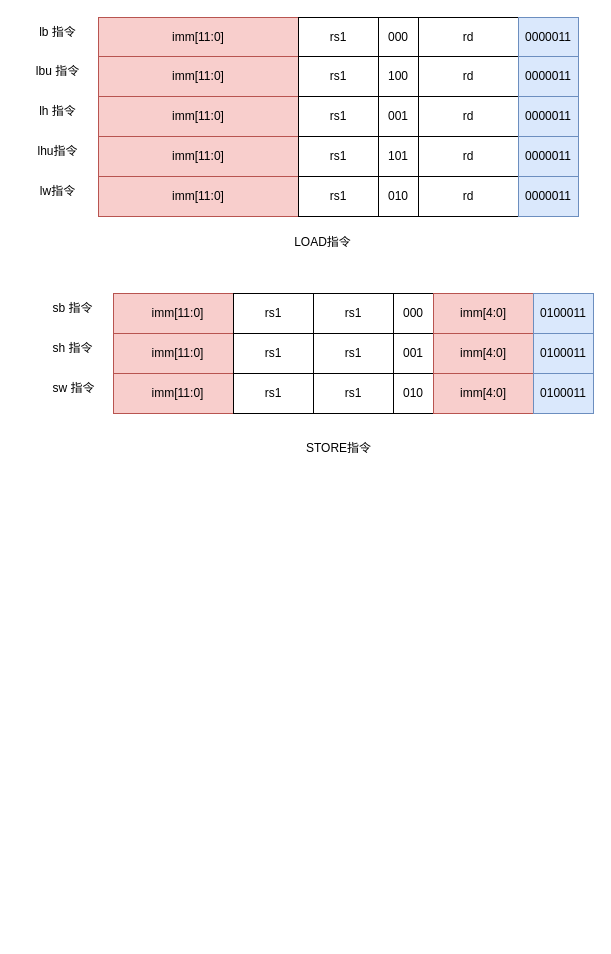
This is RV32I Load 与 Store.drawio from Vinson-001/Blog-flow-chart, a draw.io file, before an edit. Source tidied: cells renumbered, new cells numbered last; positions are measured from the earlier drawing's top-left corner, leaving out a move shared by most shapes. Both pictures are drawn from the tidied source at 100%, with x=0, y=0 at pixel (22, 17).
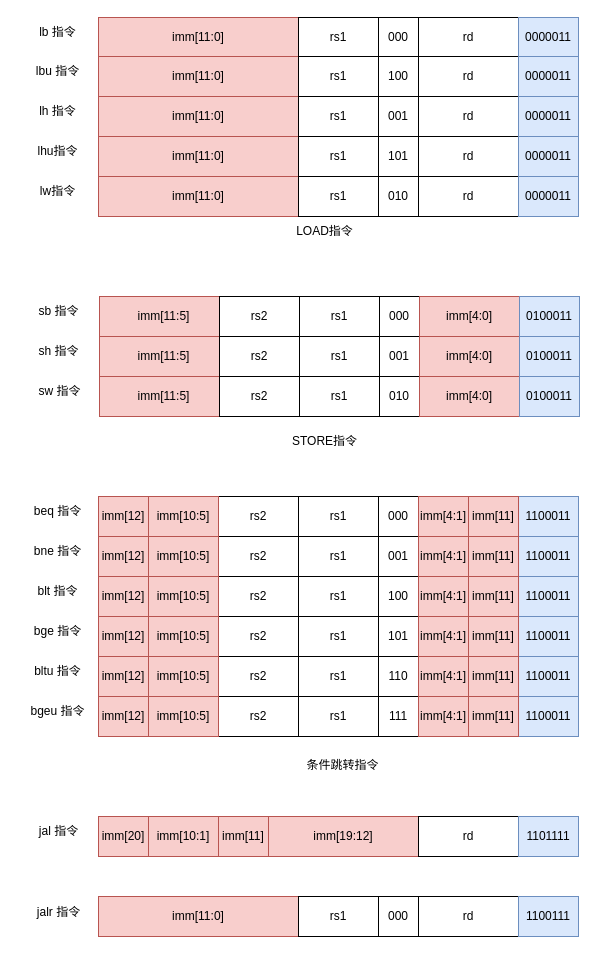
The same page after the edit.

Diff of the diagram source:
```diff
@@
     <mxCell id="37" value="LOAD指令" style="text;html=1;align=center;verticalAlign=middle;strokeColor=none;fillColor=none;" parent="1" vertex="1">
-      <mxGeometry x="260" y="210" width="80" height="30" as="geometry" />
+      <mxGeometry x="262" y="199" width="80" height="30" as="geometry" />
     </mxCell>
     <mxCell id="38" value="sb 指令" style="text;html=1;align=center;verticalAlign=middle;strokeColor=none;fillColor=none;" parent="1" vertex="1">
-      <mxGeometry x="20" y="276" width="60" height="30" as="geometry" />
+      <mxGeometry x="6" y="279" width="60" height="30" as="geometry" />
     </mxCell>
     <mxCell id="39" value="STORE指令" style="text;html=1;align=center;verticalAlign=middle;strokeColor=none;fillColor=none;" parent="1" vertex="1">
-      <mxGeometry x="271" y="416" width="90" height="30" as="geometry" />
+      <mxGeometry x="257" y="409" width="90" height="30" as="geometry" />
     </mxCell>
     <mxCell id="40" style="group;" parent="1" vertex="1">
-      <mxGeometry x="91" y="276" width="480" height="40" as="geometry" />
+      <mxGeometry x="77" y="279" width="480" height="40" as="geometry" />
     </mxCell>
-    <mxCell id="41" value="imm[11:0]" style="rounded=0;whiteSpace=wrap;html=1;fillColor=#f8cecc;strokeColor=#b85450;" parent="40" vertex="1">
+    <mxCell id="41" value="imm[11:5]" style="rounded=0;whiteSpace=wrap;html=1;fillColor=#f8cecc;strokeColor=#b85450;" parent="40" vertex="1">
       <mxGeometry width="129" height="40" as="geometry" />
     </mxCell>
@@
-    <mxCell id="46" value="rs1" style="rounded=0;whiteSpace=wrap;html=1;" parent="40" vertex="1">
+    <mxCell id="46" value="rs2" style="rounded=0;whiteSpace=wrap;html=1;" parent="40" vertex="1">
       <mxGeometry x="120" width="80" height="40" as="geometry" />
     </mxCell>
     <mxCell id="47" style="group;" parent="1" vertex="1">
-      <mxGeometry x="91" y="316" width="480" height="40" as="geometry" />
+      <mxGeometry x="77" y="319" width="480" height="40" as="geometry" />
     </mxCell>
-    <mxCell id="48" value="imm[11:0]" style="rounded=0;whiteSpace=wrap;html=1;fillColor=#f8cecc;strokeColor=#b85450;" parent="47" vertex="1">
+    <mxCell id="48" value="imm[11:5]" style="rounded=0;whiteSpace=wrap;html=1;fillColor=#f8cecc;strokeColor=#b85450;" parent="47" vertex="1">
       <mxGeometry width="129" height="40" as="geometry" />
     </mxCell>
@@
-    <mxCell id="53" value="rs1" style="rounded=0;whiteSpace=wrap;html=1;" parent="47" vertex="1">
+    <mxCell id="53" value="rs2" style="rounded=0;whiteSpace=wrap;html=1;" parent="47" vertex="1">
       <mxGeometry x="120" width="80" height="40" as="geometry" />
     </mxCell>
     <mxCell id="54" value="sh 指令" style="text;html=1;align=center;verticalAlign=middle;strokeColor=none;fillColor=none;" parent="1" vertex="1">
-      <mxGeometry x="20" y="316" width="60" height="30" as="geometry" />
+      <mxGeometry x="6" y="319" width="60" height="30" as="geometry" />
     </mxCell>
     <mxCell id="55" style="group;" parent="1" vertex="1">
-      <mxGeometry x="91" y="356" width="480" height="40" as="geometry" />
+      <mxGeometry x="77" y="359" width="480" height="40" as="geometry" />
     </mxCell>
-    <mxCell id="56" value="imm[11:0]" style="rounded=0;whiteSpace=wrap;html=1;fillColor=#f8cecc;strokeColor=#b85450;" parent="55" vertex="1">
+    <mxCell id="56" value="imm[11:5]" style="rounded=0;whiteSpace=wrap;html=1;fillColor=#f8cecc;strokeColor=#b85450;" parent="55" vertex="1">
       <mxGeometry width="129" height="40" as="geometry" />
     </mxCell>
@@
-    <mxCell id="61" value="rs1" style="rounded=0;whiteSpace=wrap;html=1;" parent="55" vertex="1">
+    <mxCell id="61" value="rs2" style="rounded=0;whiteSpace=wrap;html=1;" parent="55" vertex="1">
       <mxGeometry x="120" width="80" height="40" as="geometry" />
     </mxCell>
     <mxCell id="62" value="sw 指令" style="text;html=1;align=center;verticalAlign=middle;strokeColor=none;fillColor=none;" parent="1" vertex="1">
-      <mxGeometry x="16" y="356" width="70" height="30" as="geometry" />
+      <mxGeometry x="2" y="359" width="70" height="30" as="geometry" />
     </mxCell>
+    <mxCell id="63" value="beq 指令" style="text;html=1;align=center;verticalAlign=middle;strokeColor=none;fillColor=none;" parent="1" vertex="1">
+      <mxGeometry y="479" width="70" height="30" as="geometry" />
+    </mxCell>
+    <mxCell id="64" value="条件跳转指令" style="text;html=1;align=center;verticalAlign=middle;strokeColor=none;fillColor=none;" parent="1" vertex="1">
+      <mxGeometry x="275" y="735" width="90" height="26" as="geometry" />
+    </mxCell>
+    <mxCell id="65" style="group;" parent="1" vertex="1">
+      <mxGeometry x="76" y="479" width="480" height="40" as="geometry" />
+    </mxCell>
+    <mxCell id="66" value="imm[12]" style="rounded=0;whiteSpace=wrap;html=1;fillColor=#f8cecc;strokeColor=#b85450;" parent="65" vertex="1">
+      <mxGeometry width="50" height="40" as="geometry" />
+    </mxCell>
+    <mxCell id="67" value="rs1" style="rounded=0;whiteSpace=wrap;html=1;" parent="65" vertex="1">
+      <mxGeometry x="200" width="80" height="40" as="geometry" />
+    </mxCell>
+    <mxCell id="68" value="000" style="rounded=0;whiteSpace=wrap;html=1;" parent="65" vertex="1">
+      <mxGeometry x="280" width="40" height="40" as="geometry" />
+    </mxCell>
+    <mxCell id="69" value="imm[4:1]" style="rounded=0;whiteSpace=wrap;html=1;fillColor=#f8cecc;strokeColor=#b85450;" parent="65" vertex="1">
+      <mxGeometry x="320" width="50" height="40" as="geometry" />
+    </mxCell>
+    <mxCell id="70" value="1100011" style="rounded=0;whiteSpace=wrap;html=1;fillColor=#dae8fc;strokeColor=#6c8ebf;" parent="65" vertex="1">
+      <mxGeometry x="420" width="60" height="40" as="geometry" />
+    </mxCell>
+    <mxCell id="71" value="rs2" style="rounded=0;whiteSpace=wrap;html=1;" parent="65" vertex="1">
+      <mxGeometry x="120" width="80" height="40" as="geometry" />
+    </mxCell>
+    <mxCell id="72" value="imm[10:5]" style="rounded=0;whiteSpace=wrap;html=1;fillColor=#f8cecc;strokeColor=#b85450;" parent="65" vertex="1">
+      <mxGeometry x="50" width="70" height="40" as="geometry" />
+    </mxCell>
+    <mxCell id="73" value="imm[11]" style="rounded=0;whiteSpace=wrap;html=1;fillColor=#f8cecc;strokeColor=#b85450;" parent="65" vertex="1">
+      <mxGeometry x="370" width="50" height="40" as="geometry" />
+    </mxCell>
+    <mxCell id="74" value="bne 指令" style="text;html=1;align=center;verticalAlign=middle;strokeColor=none;fillColor=none;" parent="1" vertex="1">
+      <mxGeometry y="519" width="70" height="30" as="geometry" />
+    </mxCell>
+    <mxCell id="75" style="group;" parent="1" vertex="1">
+      <mxGeometry x="76" y="519" width="480" height="40" as="geometry" />
+    </mxCell>
+    <mxCell id="76" value="imm[12]" style="rounded=0;whiteSpace=wrap;html=1;fillColor=#f8cecc;strokeColor=#b85450;" parent="75" vertex="1">
+      <mxGeometry width="50" height="40" as="geometry" />
+    </mxCell>
+    <mxCell id="77" value="rs1" style="rounded=0;whiteSpace=wrap;html=1;" parent="75" vertex="1">
+      <mxGeometry x="200" width="80" height="40" as="geometry" />
+    </mxCell>
+    <mxCell id="78" value="001" style="rounded=0;whiteSpace=wrap;html=1;" parent="75" vertex="1">
+      <mxGeometry x="280" width="40" height="40" as="geometry" />
+    </mxCell>
+    <mxCell id="79" value="imm[4:1]" style="rounded=0;whiteSpace=wrap;html=1;fillColor=#f8cecc;strokeColor=#b85450;" parent="75" vertex="1">
+      <mxGeometry x="320" width="50" height="40" as="geometry" />
+    </mxCell>
+    <mxCell id="80" value="1100011" style="rounded=0;whiteSpace=wrap;html=1;fillColor=#dae8fc;strokeColor=#6c8ebf;" parent="75" vertex="1">
+      <mxGeometry x="420" width="60" height="40" as="geometry" />
+    </mxCell>
+    <mxCell id="81" value="rs2" style="rounded=0;whiteSpace=wrap;html=1;" parent="75" vertex="1">
+      <mxGeometry x="120" width="80" height="40" as="geometry" />
+    </mxCell>
+    <mxCell id="82" value="imm[10:5]" style="rounded=0;whiteSpace=wrap;html=1;fillColor=#f8cecc;strokeColor=#b85450;" parent="75" vertex="1">
+      <mxGeometry x="50" width="70" height="40" as="geometry" />
+    </mxCell>
+    <mxCell id="83" value="imm[11]" style="rounded=0;whiteSpace=wrap;html=1;fillColor=#f8cecc;strokeColor=#b85450;" parent="75" vertex="1">
+      <mxGeometry x="370" width="50" height="40" as="geometry" />
+    </mxCell>
+    <mxCell id="84" value="blt 指令" style="text;html=1;align=center;verticalAlign=middle;strokeColor=none;fillColor=none;" parent="1" vertex="1">
+      <mxGeometry x="5" y="559" width="60" height="30" as="geometry" />
+    </mxCell>
+    <mxCell id="85" style="group;" parent="1" vertex="1">
+      <mxGeometry x="76" y="559" width="480" height="40" as="geometry" />
+    </mxCell>
+    <mxCell id="86" value="imm[12]" style="rounded=0;whiteSpace=wrap;html=1;fillColor=#f8cecc;strokeColor=#b85450;" parent="85" vertex="1">
+      <mxGeometry width="50" height="40" as="geometry" />
+    </mxCell>
+    <mxCell id="87" value="rs1" style="rounded=0;whiteSpace=wrap;html=1;" parent="85" vertex="1">
+      <mxGeometry x="200" width="80" height="40" as="geometry" />
+    </mxCell>
+    <mxCell id="88" value="100" style="rounded=0;whiteSpace=wrap;html=1;" parent="85" vertex="1">
+      <mxGeometry x="280" width="40" height="40" as="geometry" />
+    </mxCell>
+    <mxCell id="89" value="imm[4:1]" style="rounded=0;whiteSpace=wrap;html=1;fillColor=#f8cecc;strokeColor=#b85450;" parent="85" vertex="1">
+      <mxGeometry x="320" width="50" height="40" as="geometry" />
+    </mxCell>
+    <mxCell id="90" value="1100011" style="rounded=0;whiteSpace=wrap;html=1;fillColor=#dae8fc;strokeColor=#6c8ebf;" parent="85" vertex="1">
+      <mxGeometry x="420" width="60" height="40" as="geometry" />
+    </mxCell>
+    <mxCell id="91" value="rs2" style="rounded=0;whiteSpace=wrap;html=1;" parent="85" vertex="1">
+      <mxGeometry x="120" width="80" height="40" as="geometry" />
+    </mxCell>
+    <mxCell id="92" value="imm[10:5]" style="rounded=0;whiteSpace=wrap;html=1;fillColor=#f8cecc;strokeColor=#b85450;" parent="85" vertex="1">
+      <mxGeometry x="50" width="70" height="40" as="geometry" />
+    </mxCell>
+    <mxCell id="93" value="imm[11]" style="rounded=0;whiteSpace=wrap;html=1;fillColor=#f8cecc;strokeColor=#b85450;" parent="85" vertex="1">
+      <mxGeometry x="370" width="50" height="40" as="geometry" />
+    </mxCell>
+    <mxCell id="94" value="bge 指令" style="text;html=1;align=center;verticalAlign=middle;strokeColor=none;fillColor=none;" parent="1" vertex="1">
+      <mxGeometry y="599" width="70" height="30" as="geometry" />
+    </mxCell>
+    <mxCell id="95" style="group;" parent="1" vertex="1">
+      <mxGeometry x="76" y="599" width="480" height="40" as="geometry" />
+    </mxCell>
+    <mxCell id="96" value="imm[12]" style="rounded=0;whiteSpace=wrap;html=1;fillColor=#f8cecc;strokeColor=#b85450;" parent="95" vertex="1">
+      <mxGeometry width="50" height="40" as="geometry" />
+    </mxCell>
+    <mxCell id="97" value="rs1" style="rounded=0;whiteSpace=wrap;html=1;" parent="95" vertex="1">
+      <mxGeometry x="200" width="80" height="40" as="geometry" />
+    </mxCell>
+    <mxCell id="98" value="101" style="rounded=0;whiteSpace=wrap;html=1;" parent="95" vertex="1">
+      <mxGeometry x="280" width="40" height="40" as="geometry" />
+    </mxCell>
+    <mxCell id="99" value="imm[4:1]" style="rounded=0;whiteSpace=wrap;html=1;fillColor=#f8cecc;strokeColor=#b85450;" parent="95" vertex="1">
+      <mxGeometry x="320" width="50" height="40" as="geometry" />
+    </mxCell>
+    <mxCell id="100" value="1100011" style="rounded=0;whiteSpace=wrap;html=1;fillColor=#dae8fc;strokeColor=#6c8ebf;" parent="95" vertex="1">
+      <mxGeometry x="420" width="60" height="40" as="geometry" />
+    </mxCell>
+    <mxCell id="101" value="rs2" style="rounded=0;whiteSpace=wrap;html=1;" parent="95" vertex="1">
+      <mxGeometry x="120" width="80" height="40" as="geometry" />
+    </mxCell>
+    <mxCell id="102" value="imm[10:5]" style="rounded=0;whiteSpace=wrap;html=1;fillColor=#f8cecc;strokeColor=#b85450;" parent="95" vertex="1">
+      <mxGeometry x="50" width="70" height="40" as="geometry" />
+    </mxCell>
+    <mxCell id="103" value="imm[11]" style="rounded=0;whiteSpace=wrap;html=1;fillColor=#f8cecc;strokeColor=#b85450;" parent="95" vertex="1">
+      <mxGeometry x="370" width="50" height="40" as="geometry" />
+    </mxCell>
+    <mxCell id="104" value="bltu 指令" style="text;html=1;align=center;verticalAlign=middle;strokeColor=none;fillColor=none;" parent="1" vertex="1">
+      <mxGeometry y="639" width="70" height="30" as="geometry" />
+    </mxCell>
+    <mxCell id="105" style="group;" parent="1" vertex="1">
+      <mxGeometry x="76" y="639" width="480" height="40" as="geometry" />
+    </mxCell>
+    <mxCell id="106" value="imm[12]" style="rounded=0;whiteSpace=wrap;html=1;fillColor=#f8cecc;strokeColor=#b85450;" parent="105" vertex="1">
+      <mxGeometry width="50" height="40" as="geometry" />
+    </mxCell>
+    <mxCell id="107" value="rs1" style="rounded=0;whiteSpace=wrap;html=1;" parent="105" vertex="1">
+      <mxGeometry x="200" width="80" height="40" as="geometry" />
+    </mxCell>
+    <mxCell id="108" value="110" style="rounded=0;whiteSpace=wrap;html=1;" parent="105" vertex="1">
+      <mxGeometry x="280" width="40" height="40" as="geometry" />
+    </mxCell>
+    <mxCell id="109" value="imm[4:1]" style="rounded=0;whiteSpace=wrap;html=1;fillColor=#f8cecc;strokeColor=#b85450;" parent="105" vertex="1">
+      <mxGeometry x="320" width="50" height="40" as="geometry" />
+    </mxCell>
+    <mxCell id="110" value="1100011" style="rounded=0;whiteSpace=wrap;html=1;fillColor=#dae8fc;strokeColor=#6c8ebf;" parent="105" vertex="1">
+      <mxGeometry x="420" width="60" height="40" as="geometry" />
+    </mxCell>
+    <mxCell id="111" value="rs2" style="rounded=0;whiteSpace=wrap;html=1;" parent="105" vertex="1">
+      <mxGeometry x="120" width="80" height="40" as="geometry" />
+    </mxCell>
+    <mxCell id="112" value="imm[10:5]" style="rounded=0;whiteSpace=wrap;html=1;fillColor=#f8cecc;strokeColor=#b85450;" parent="105" vertex="1">
+      <mxGeometry x="50" width="70" height="40" as="geometry" />
+    </mxCell>
+    <mxCell id="113" value="imm[11]" style="rounded=0;whiteSpace=wrap;html=1;fillColor=#f8cecc;strokeColor=#b85450;" parent="105" vertex="1">
+      <mxGeometry x="370" width="50" height="40" as="geometry" />
+    </mxCell>
+    <mxCell id="114" value="bgeu 指令" style="text;html=1;align=center;verticalAlign=middle;strokeColor=none;fillColor=none;" parent="1" vertex="1">
+      <mxGeometry x="-5" y="679" width="80" height="30" as="geometry" />
+    </mxCell>
+    <mxCell id="115" style="group;" parent="1" vertex="1">
+      <mxGeometry x="76" y="679" width="480" height="40" as="geometry" />
+    </mxCell>
+    <mxCell id="116" value="imm[12]" style="rounded=0;whiteSpace=wrap;html=1;fillColor=#f8cecc;strokeColor=#b85450;" parent="115" vertex="1">
+      <mxGeometry width="50" height="40" as="geometry" />
+    </mxCell>
+    <mxCell id="117" value="rs1" style="rounded=0;whiteSpace=wrap;html=1;" parent="115" vertex="1">
+      <mxGeometry x="200" width="80" height="40" as="geometry" />
+    </mxCell>
+    <mxCell id="118" value="111" style="rounded=0;whiteSpace=wrap;html=1;" parent="115" vertex="1">
+      <mxGeometry x="280" width="40" height="40" as="geometry" />
+    </mxCell>
+    <mxCell id="119" value="imm[4:1]" style="rounded=0;whiteSpace=wrap;html=1;fillColor=#f8cecc;strokeColor=#b85450;" parent="115" vertex="1">
+      <mxGeometry x="320" width="50" height="40" as="geometry" />
+    </mxCell>
+    <mxCell id="120" value="1100011" style="rounded=0;whiteSpace=wrap;html=1;fillColor=#dae8fc;strokeColor=#6c8ebf;" parent="115" vertex="1">
+      <mxGeometry x="420" width="60" height="40" as="geometry" />
+    </mxCell>
+    <mxCell id="121" value="rs2" style="rounded=0;whiteSpace=wrap;html=1;" parent="115" vertex="1">
+      <mxGeometry x="120" width="80" height="40" as="geometry" />
+    </mxCell>
+    <mxCell id="122" value="imm[10:5]" style="rounded=0;whiteSpace=wrap;html=1;fillColor=#f8cecc;strokeColor=#b85450;" parent="115" vertex="1">
+      <mxGeometry x="50" width="70" height="40" as="geometry" />
+    </mxCell>
+    <mxCell id="123" value="imm[11]" style="rounded=0;whiteSpace=wrap;html=1;fillColor=#f8cecc;strokeColor=#b85450;" parent="115" vertex="1">
+      <mxGeometry x="370" width="50" height="40" as="geometry" />
+    </mxCell>
+    <mxCell id="124" value="jal 指令" style="text;html=1;align=center;verticalAlign=middle;strokeColor=none;fillColor=none;" parent="1" vertex="1">
+      <mxGeometry x="6" y="799" width="60" height="30" as="geometry" />
+    </mxCell>
+    <mxCell id="125" value="imm[20]" style="rounded=0;whiteSpace=wrap;html=1;fillColor=#f8cecc;strokeColor=#b85450;" parent="1" vertex="1">
+      <mxGeometry x="76" y="799" width="50" height="40" as="geometry" />
+    </mxCell>
+    <mxCell id="126" value="imm[19:12]" style="rounded=0;whiteSpace=wrap;html=1;fillColor=#f8cecc;strokeColor=#b85450;" parent="1" vertex="1">
+      <mxGeometry x="246" y="799" width="150" height="40" as="geometry" />
+    </mxCell>
+    <mxCell id="127" value="rd" style="rounded=0;whiteSpace=wrap;html=1;" parent="1" vertex="1">
+      <mxGeometry x="396" y="799" width="100" height="40" as="geometry" />
+    </mxCell>
+    <mxCell id="128" value="1101111" style="rounded=0;whiteSpace=wrap;html=1;fillColor=#dae8fc;strokeColor=#6c8ebf;" parent="1" vertex="1">
+      <mxGeometry x="496" y="799" width="60" height="40" as="geometry" />
+    </mxCell>
+    <mxCell id="129" value="imm[10:1]" style="rounded=0;whiteSpace=wrap;html=1;fillColor=#f8cecc;strokeColor=#b85450;" parent="1" vertex="1">
+      <mxGeometry x="126" y="799" width="70" height="40" as="geometry" />
+    </mxCell>
+    <mxCell id="130" value="imm[11]" style="rounded=0;whiteSpace=wrap;html=1;fillColor=#f8cecc;strokeColor=#b85450;" parent="1" vertex="1">
+      <mxGeometry x="196" y="799" width="50" height="40" as="geometry" />
+    </mxCell>
+    <mxCell id="131" value="jalr 指令" style="text;html=1;align=center;verticalAlign=middle;strokeColor=none;fillColor=none;" parent="1" vertex="1">
+      <mxGeometry x="1" y="880" width="70" height="30" as="geometry" />
+    </mxCell>
+    <mxCell id="132" style="group;" parent="1" vertex="1">
+      <mxGeometry x="76" y="879" width="480" height="40" as="geometry" />
+    </mxCell>
+    <mxCell id="133" value="imm[11:0]" style="rounded=0;whiteSpace=wrap;html=1;fillColor=#f8cecc;strokeColor=#b85450;" parent="132" vertex="1">
+      <mxGeometry width="200" height="40" as="geometry" />
+    </mxCell>
+    <mxCell id="134" value="rs1" style="rounded=0;whiteSpace=wrap;html=1;" parent="132" vertex="1">
+      <mxGeometry x="200" width="80" height="40" as="geometry" />
+    </mxCell>
+    <mxCell id="135" value="000" style="rounded=0;whiteSpace=wrap;html=1;" parent="132" vertex="1">
+      <mxGeometry x="280" width="40" height="40" as="geometry" />
+    </mxCell>
+    <mxCell id="136" value="rd" style="rounded=0;whiteSpace=wrap;html=1;" parent="132" vertex="1">
+      <mxGeometry x="320" width="100" height="40" as="geometry" />
+    </mxCell>
+    <mxCell id="137" value="1100111" style="rounded=0;whiteSpace=wrap;html=1;fillColor=#dae8fc;strokeColor=#6c8ebf;" parent="132" vertex="1">
+      <mxGeometry x="420" width="60" height="40" as="geometry" />
+    </mxCell>
```
